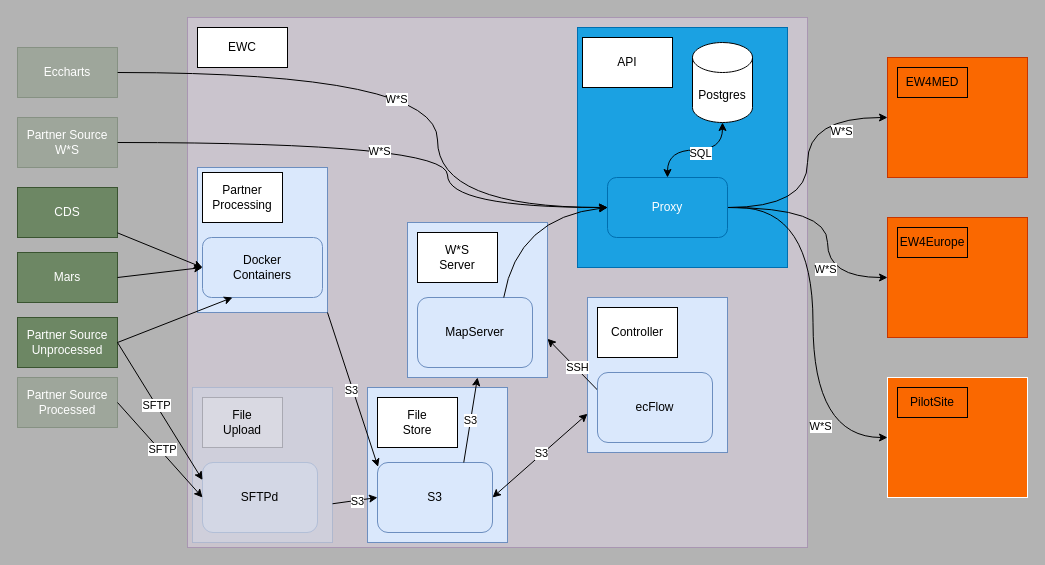
ec-snee/draw-io keeps this draw.io diagram as gobeyond-api-tech.processing-in-core.drawio. Above is the earlier version. Source tidied: cells renumbered, new cells numbered last; positions are measured from the earlier drawing's top-left corner, leaving out a move shared by most shapes. Both pictures are drawn from the tidied source at 100%, with x=0, y=0 at pixel (17, 17).
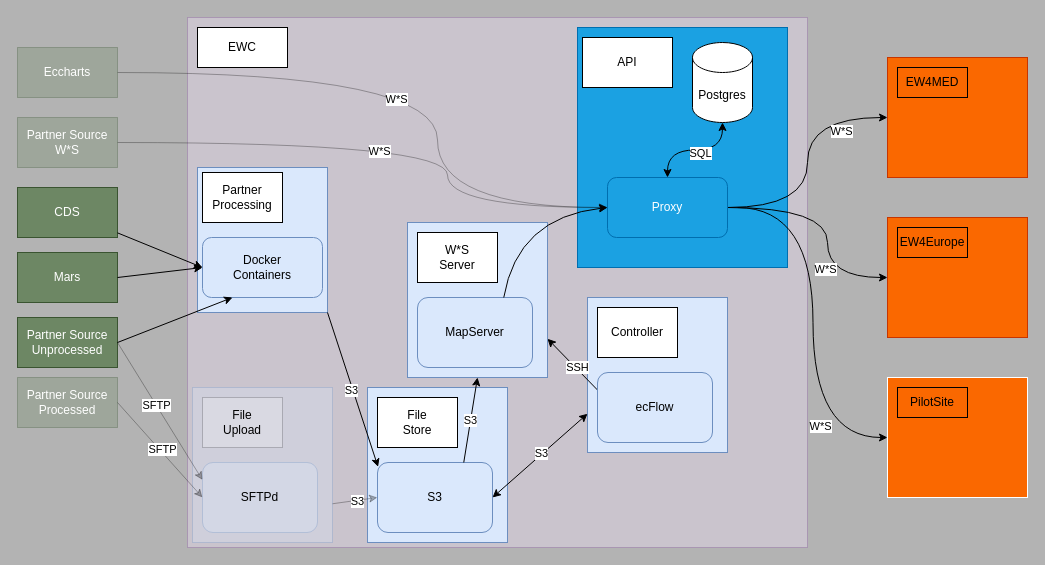
The same page after the edit.

Commit message:
made more unused pathways translucent

The change refers to these unchanged cells:
```xml
<mxCell id="20" value="Proxy" style="rounded=1;whiteSpace=wrap;html=1;fillColor=#1ba1e2;fontColor=#ffffff;strokeColor=#006EAF;" parent="1" vertex="1">
  <mxGeometry x="590" y="160" width="120" height="60" as="geometry" />
</mxCell>
<mxCell id="24" value="S3" style="rounded=1;whiteSpace=wrap;html=1;fillColor=#dae8fc;strokeColor=#6c8ebf;" parent="1" vertex="1">
  <mxGeometry x="360" y="445" width="115" height="70" as="geometry" />
</mxCell>
<mxCell id="29" value="Partner Source&lt;div&gt;Unprocessed&lt;/div&gt;" style="rounded=0;whiteSpace=wrap;html=1;fillColor=#6d8764;fontColor=#ffffff;strokeColor=#3A5431;" parent="1" vertex="1">
  <mxGeometry y="300" width="100" height="50" as="geometry" />
</mxCell>
<mxCell id="30" value="Partner Source&lt;div&gt;Processed&lt;/div&gt;" style="rounded=0;whiteSpace=wrap;html=1;fillColor=#6d8764;fontColor=#ffffff;strokeColor=#3A5431;opacity=30;" parent="1" vertex="1">
  <mxGeometry y="360" width="100" height="50" as="geometry" />
</mxCell>
<mxCell id="33" value="Partner Source&lt;br&gt;W*S" style="rounded=0;whiteSpace=wrap;html=1;fillColor=#6d8764;fontColor=#ffffff;strokeColor=#3A5431;opacity=30;" parent="1" vertex="1">
  <mxGeometry y="100" width="100" height="50" as="geometry" />
</mxCell>
<mxCell id="36" value="Eccharts" style="rounded=0;whiteSpace=wrap;html=1;fillColor=#6d8764;fontColor=#ffffff;strokeColor=#3A5431;opacity=30;" parent="1" vertex="1">
  <mxGeometry y="30" width="100" height="50" as="geometry" />
</mxCell>
<mxCell id="43" style="rounded=0;whiteSpace=wrap;html=1;fillColor=#dae8fc;strokeColor=#6c8ebf;opacity=30;" parent="1" vertex="1">
  <mxGeometry x="175" y="370" width="140" height="155" as="geometry" />
</mxCell>
<mxCell id="45" value="SFTPd" style="rounded=1;whiteSpace=wrap;html=1;fillColor=#dae8fc;strokeColor=#6c8ebf;opacity=30;" parent="1" vertex="1">
  <mxGeometry x="185" y="445" width="115" height="70" as="geometry" />
</mxCell>
```

Diff of the diagram source:
```diff
@@
-    <mxCell id="31" style="edgeStyle=orthogonalEdgeStyle;rounded=0;jettySize=auto;html=1;exitX=1;exitY=0.5;exitDx=0;exitDy=0;curved=1;" parent="1" edge="1" source="33">
+    <mxCell id="31" style="edgeStyle=orthogonalEdgeStyle;rounded=0;jettySize=auto;html=1;exitX=1;exitY=0.5;exitDx=0;exitDy=0;curved=1;opacity=30;" parent="1" edge="1" source="33">
       <mxGeometry relative="1" as="geometry">
         <mxPoint x="590" y="190" as="targetPoint" />
         <Array as="points">
           <mxPoint x="430" y="125" />
           <mxPoint x="430" y="190" />
         </Array>
       </mxGeometry>
     </mxCell>
@@
-    <mxCell id="34" style="edgeStyle=orthogonalEdgeStyle;rounded=0;jettySize=auto;html=1;exitX=1;exitY=0.5;exitDx=0;exitDy=0;entryX=0;entryY=0.5;entryDx=0;entryDy=0;curved=1;" parent="1" edge="1" source="36" target="20">
+    <mxCell id="34" style="edgeStyle=orthogonalEdgeStyle;rounded=0;jettySize=auto;html=1;exitX=1;exitY=0.5;exitDx=0;exitDy=0;entryX=0;entryY=0.5;entryDx=0;entryDy=0;curved=1;opacity=30;" parent="1" edge="1" source="36" target="20">
       <mxGeometry relative="1" as="geometry">
         <Array as="points">
           <mxPoint x="420" y="55" />
           <mxPoint x="420" y="190" />
         </Array>
       </mxGeometry>
     </mxCell>
@@
-    <mxCell id="49" style="endArrow=classic;html=1;rounded=0;exitX=1;exitY=0.5;exitDx=0;exitDy=0;entryX=0;entryY=0.5;entryDx=0;entryDy=0;" parent="1" edge="1" source="30" target="45">
+    <mxCell id="49" style="endArrow=classic;html=1;rounded=0;exitX=1;exitY=0.5;exitDx=0;exitDy=0;entryX=0;entryY=0.5;entryDx=0;entryDy=0;opacity=30;" parent="1" edge="1" source="30" target="45">
       <mxGeometry relative="1" as="geometry" />
     </mxCell>
@@
-    <mxCell id="51" style="endArrow=classic;html=1;rounded=0;exitX=1;exitY=0.75;exitDx=0;exitDy=0;entryX=0;entryY=0.5;entryDx=0;entryDy=0;" parent="1" edge="1" source="43" target="24">
+    <mxCell id="51" style="endArrow=classic;html=1;rounded=0;exitX=1;exitY=0.75;exitDx=0;exitDy=0;entryX=0;entryY=0.5;entryDx=0;entryDy=0;opacity=30;" parent="1" edge="1" source="43" target="24">
       <mxGeometry relative="1" as="geometry" />
     </mxCell>
@@
-    <mxCell id="61" style="endArrow=classic;html=1;rounded=0;exitX=1;exitY=0.5;exitDx=0;exitDy=0;entryX=0;entryY=0.25;entryDx=0;entryDy=0;" parent="1" edge="1" source="29" target="45">
+    <mxCell id="61" style="endArrow=classic;html=1;rounded=0;exitX=1;exitY=0.5;exitDx=0;exitDy=0;entryX=0;entryY=0.25;entryDx=0;entryDy=0;opacity=30;" parent="1" edge="1" source="29" target="45">
       <mxGeometry relative="1" as="geometry" />
     </mxCell>
```
